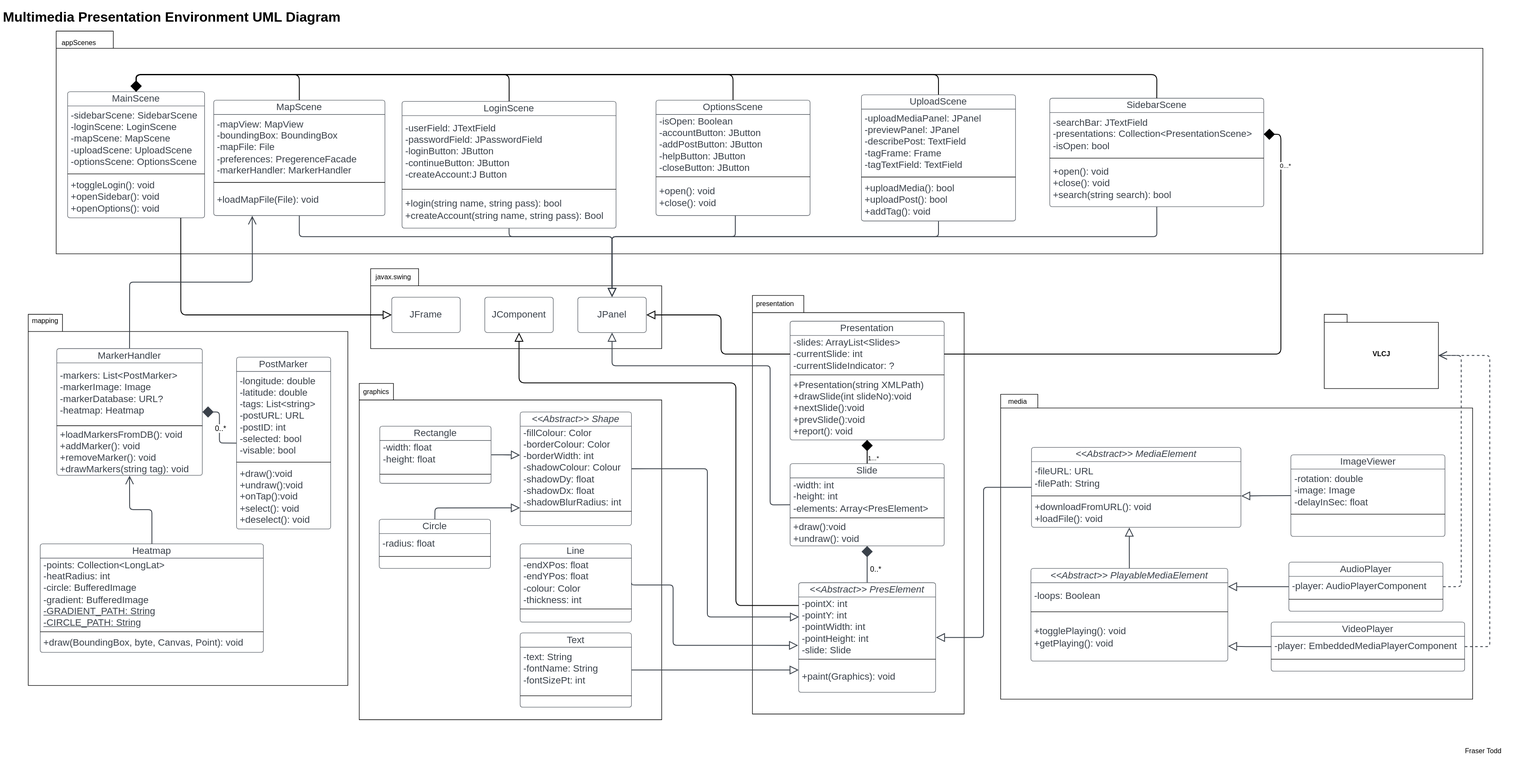
The draw.io diagram docs/MMPE-UML-Diagram.svg in Sweng-Group1/client-app-desktop, before a commit. Source tidied: cells renumbered, new cells last; positions are measured from the earlier drawing's top-left corner, leaving out a move shared by most shapes.
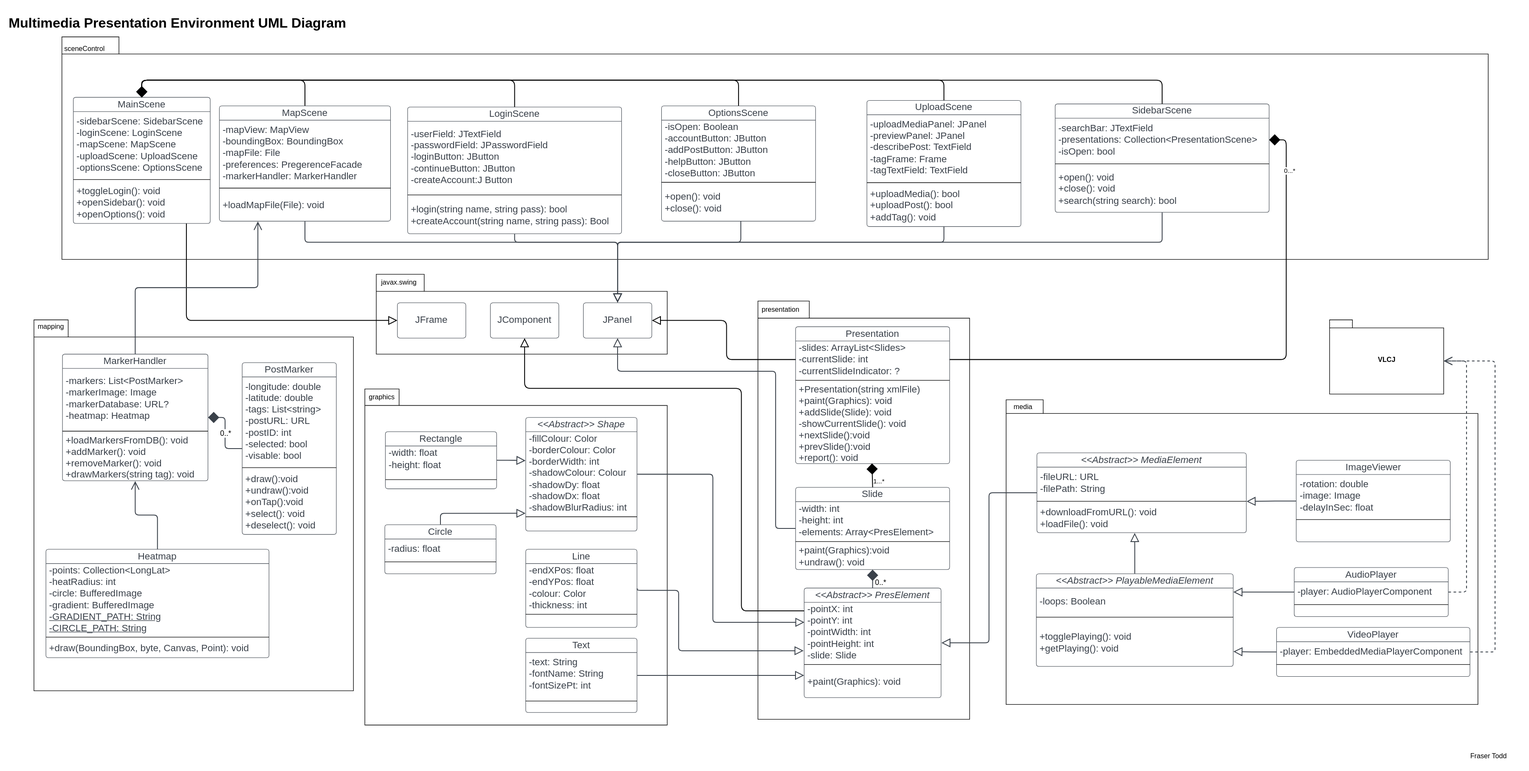
Above is the later version.

Commit message:
Correction to method and package names in diagram

Change to the diagram source:
```diff
@@ -21,7 +21,7 @@
       <mxGeometry x="49" y="540" width="560" height="650" as="geometry" />
     </mxCell>
     <mxCell id="8" value="Presentation" style="html=1;overflow=block;blockSpacing=1;swimlane;horizontal=1;fontStyle=0;swimlaneFillColor=#ffffff;startSize=25;whiteSpace=wrap;fontSize=16.7;fontColor=#3a414a;align=center;spacing=0;strokeColor=#3a414a;strokeOpacity=100;rounded=1;absoluteArcSize=1;arcSize=9;strokeWidth=0.8;" parent="1" vertex="1">
-      <mxGeometry x="1384" y="552" width="270" height="208" as="geometry" />
+      <mxGeometry x="1384" y="552" width="270" height="240" as="geometry" />
     </mxCell>
     <mxCell id="9" value="-slides: ArrayList&amp;lt;Slides&amp;gt;&lt;br&gt;-currentSlide: int&lt;br&gt;-currentSlideIndicator: ?" style="html=1;strokeColor=none;fillColor=none;align=left;verticalAlign=middle;spacingLeft=4;spacingRight=4;overflow=hidden;points=[[0,0.5],[1,0.5]];portConstraint=eastwest;swimlaneFillColor=#ffffff;strokeOpacity=100;whiteSpace=wrap;fontSize=16.7;fontColor=#3a414a;" parent="8" vertex="1">
       <mxGeometry y="25" width="270" height="65" as="geometry" />
@@ -29,17 +29,14 @@
     <mxCell id="10" style="line;strokeWidth=1;fillColor=none;align=left;verticalAlign=middle;spacingTop=-1;spacingLeft=3;spacingRight=3;labelPosition=right;" parent="8" vertex="1">
       <mxGeometry y="90" width="270" height="8" as="geometry" />
     </mxCell>
-    <mxCell id="11" value="+Presentation(string XMLPath)&lt;br&gt;+drawSlide(int slideNo):void&lt;br&gt;+nextSlide():void&lt;br&gt;+prevSlide():void&lt;br&gt;+report(): void" style="html=1;strokeColor=none;fillColor=none;align=left;verticalAlign=middle;spacingLeft=4;spacingRight=4;overflow=hidden;points=[[0,0.5],[1,0.5]];portConstraint=eastwest;swimlaneFillColor=#ffffff;strokeOpacity=100;whiteSpace=wrap;fontSize=16.7;fontColor=#3a414a;" parent="8" vertex="1">
-      <mxGeometry y="98" width="270" height="110" as="geometry" />
+    <mxCell id="11" value="+Presentation(string xmlFile)&lt;br&gt;+paint(Graphics): void&lt;br&gt;+addSlide(Slide): void&lt;br&gt;-showCurrentSlide(): void&lt;br&gt;+nextSlide():void&lt;br&gt;+prevSlide():void&lt;br&gt;+report(): void" style="html=1;strokeColor=none;fillColor=none;align=left;verticalAlign=middle;spacingLeft=4;spacingRight=4;overflow=hidden;points=[[0,0.5],[1,0.5]];portConstraint=eastwest;swimlaneFillColor=#ffffff;strokeOpacity=100;whiteSpace=wrap;fontSize=16.7;fontColor=#3a414a;" parent="8" vertex="1">
+      <mxGeometry y="98" width="270" height="142" as="geometry" />
     </mxCell>
-    <mxCell id="12" value="1...*" style="edgeStyle=orthogonalEdgeStyle;rounded=1;orthogonalLoop=1;jettySize=auto;html=1;strokeWidth=1.5;endArrow=diamond;endFill=1;endSize=16;elbow=vertical;exitX=0.5;exitY=0;exitDx=0;exitDy=0;" parent="1" edge="1">
-      <mxGeometry x="-0.51" y="-11" relative="1" as="geometry">
-        <mxPoint x="1519" y="801.5" as="sourcePoint" />
-        <mxPoint x="1519" y="760" as="targetPoint" />
-      </mxGeometry>
+    <mxCell id="12" value="1...*" style="edgeStyle=orthogonalEdgeStyle;rounded=1;jettySize=auto;html=1;strokeWidth=1.5;endArrow=diamond;endFill=1;endSize=16;elbow=vertical;exitX=0.5;exitY=0;exitDx=0;exitDy=0;entryX=0.496;entryY=0.997;entryDx=0;entryDy=0;entryPerimeter=0;" parent="1" edge="1" source="13" target="11">
+      <mxGeometry x="-0.51" y="-11" relative="1" as="geometry" />
     </mxCell>
     <mxCell id="13" value="Slide" style="html=1;overflow=block;blockSpacing=1;swimlane;horizontal=1;fontStyle=0;swimlaneFillColor=#ffffff;startSize=25;whiteSpace=wrap;fontSize=16.7;fontColor=#3a414a;align=center;spacing=0;strokeColor=#3a414a;strokeOpacity=100;rounded=1;absoluteArcSize=1;arcSize=9;strokeWidth=0.8;" parent="1" vertex="1">
-      <mxGeometry x="1384" y="801.5" width="270" height="144" as="geometry" />
+      <mxGeometry x="1384" y="833.5" width="270" height="144" as="geometry" />
     </mxCell>
     <mxCell id="14" value="-width: int&lt;br&gt;-height: int&lt;br&gt;-elements: Array&amp;lt;PresElement&amp;gt;" style="html=1;strokeColor=none;fillColor=none;align=left;verticalAlign=middle;spacingLeft=4;spacingRight=4;overflow=hidden;swimlaneFillColor=#ffffff;strokeOpacity=100;whiteSpace=wrap;fontSize=16.7;fontColor=#3a414a;" parent="13" vertex="1">
       <mxGeometry y="25" width="270" height="66" as="geometry" />
@@ -47,7 +44,7 @@
     <mxCell id="15" style="line;strokeWidth=1;fillColor=none;align=left;verticalAlign=middle;spacingTop=-1;spacingLeft=3;spacingRight=3;labelPosition=right;" parent="13" vertex="1">
       <mxGeometry y="91" width="270" height="8" as="geometry" />
     </mxCell>
-    <mxCell id="16" value="+draw():void&#10;+undraw(): void" style="html=1;strokeColor=none;fillColor=none;align=left;verticalAlign=middle;spacingLeft=4;spacingRight=4;overflow=hidden;swimlaneFillColor=#ffffff;strokeOpacity=100;whiteSpace=wrap;fontSize=16.7;fontColor=#3a414a;" parent="13" vertex="1">
+    <mxCell id="16" value="+paint(Graphics):void&lt;br&gt;+undraw(): void" style="html=1;strokeColor=none;fillColor=none;align=left;verticalAlign=middle;spacingLeft=4;spacingRight=4;overflow=hidden;swimlaneFillColor=#ffffff;strokeOpacity=100;whiteSpace=wrap;fontSize=16.7;fontColor=#3a414a;" parent="13" vertex="1">
       <mxGeometry y="99" width="270" height="45" as="geometry" />
     </mxCell>
     <mxCell id="17" style="html=1;jettySize=18;whiteSpace=wrap;fontSize=13;strokeColor=#3a414a;strokeOpacity=100;strokeWidth=1.5;rounded=1;arcSize=12;edgeStyle=orthogonalEdgeStyle;startArrow=none;endArrow=diamond;endFill=1;endSize=16;exitX=0.5;exitY=-0.002;exitPerimeter=0;entryX=0.5;entryY=1.002;entryPerimeter=0;lucidId=jmmgc_mt7_kl;" parent="1" edge="1" source="49" target="13">
@@ -408,7 +405,7 @@
     <mxCell id="119" style="html=1;jettySize=18;whiteSpace=wrap;fontSize=13;strokeColor=#3a414a;strokeOpacity=100;strokeWidth=1.5;rounded=1;arcSize=12;edgeStyle=orthogonalEdgeStyle;startArrow=none;endArrow=block;endFill=0;endSize=12;exitX=-0.001;exitY=0.5;exitPerimeter=0;entryX=0.5;entryY=1;lucidId=CkTnrAUsx26k;entryDx=0;entryDy=0;" parent="1" edge="1" source="13" target="118">
       <mxGeometry relative="1" as="geometry">
         <Array as="points">
-          <mxPoint x="1349" y="873" />
+          <mxPoint x="1349" y="906" />
           <mxPoint x="1349" y="630" />
           <mxPoint x="1072" y="630" />
         </Array>
@@ -475,7 +472,7 @@
     <mxCell id="131" value="javax.swing" style="text;html=1;strokeColor=none;fillColor=none;align=center;verticalAlign=middle;whiteSpace=wrap;rounded=0;" parent="1" vertex="1">
       <mxGeometry x="659" y="460" width="60" height="30" as="geometry" />
     </mxCell>
-    <mxCell id="132" value="appScenes" style="text;html=1;strokeColor=none;fillColor=none;align=center;verticalAlign=middle;whiteSpace=wrap;rounded=0;" parent="1" vertex="1">
+    <mxCell id="132" value="sceneControl" style="text;html=1;strokeColor=none;fillColor=none;align=center;verticalAlign=middle;whiteSpace=wrap;rounded=0;" parent="1" vertex="1">
       <mxGeometry x="108" y="50" width="60" height="30" as="geometry" />
     </mxCell>
     <mxCell id="133" style="edgeStyle=orthogonalEdgeStyle;rounded=1;jettySize=auto;html=1;entryX=0.5;entryY=1;entryDx=0;entryDy=0;strokeWidth=1.5;endArrow=block;endFill=0;endSize=12;elbow=vertical;fontSize=13;" parent="1" edge="1" source="49" target="117">
```
